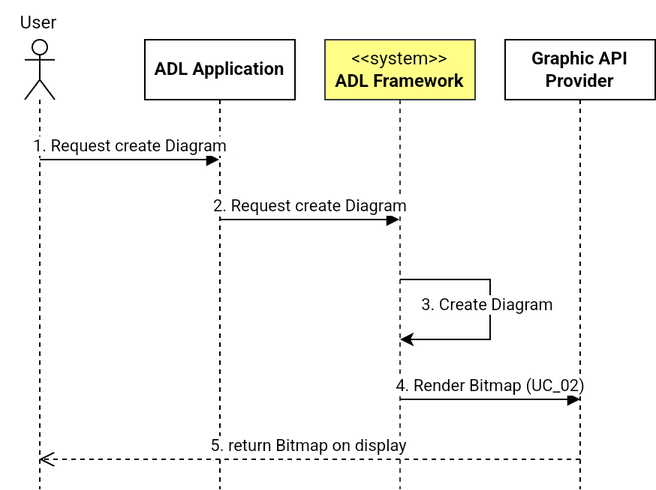
This is img/CreateDiagram.drawio.png from phunm211/SW-Associate-Architecture, a draw.io export, as it was before one commit. Source tidied: cells renumbered, new cells last; positions are measured from the earlier drawing's top-left corner, leaving out a move shared by most shapes. The source it was exported from:
```xml
<mxGraphModel>
  <root>
    <mxCell id="0" />
    <mxCell id="1" parent="0" />
    <mxCell id="2" style="shape=umlLifeline;perimeter=lifelinePerimeter;whiteSpace=wrap;html=1;newEdgeStyle={&quot;curved&quot;:0,&quot;rounded&quot;:0};participant=umlActor;" parent="1" vertex="1">
      <mxGeometry x="16" y="26" width="20" height="300" as="geometry" />
    </mxCell>
    <mxCell id="3" value="ADL Application" style="shape=umlLifeline;perimeter=lifelinePerimeter;whiteSpace=wrap;html=1;outlineConnect=0;portConstraint=eastwest;newEdgeStyle={&quot;curved&quot;:0,&quot;rounded&quot;:0};fontStyle=1;" parent="1" vertex="1">
      <mxGeometry x="96" y="26" width="100" height="300" as="geometry" />
    </mxCell>
    <mxCell id="4" value="&amp;lt;&amp;lt;system&amp;gt;&amp;gt;&lt;br&gt;&lt;b&gt;ADL Framework&lt;/b&gt;" style="shape=umlLifeline;perimeter=lifelinePerimeter;whiteSpace=wrap;html=1;outlineConnect=0;portConstraint=eastwest;newEdgeStyle={&quot;curved&quot;:0,&quot;rounded&quot;:0};fillColor=#ffff88;strokeColor=#36393d;" parent="1" vertex="1">
      <mxGeometry x="216" y="26" width="100" height="300" as="geometry" />
    </mxCell>
    <mxCell id="5" value="&lt;b&gt;Graphic API Provider&lt;/b&gt;" style="shape=umlLifeline;perimeter=lifelinePerimeter;whiteSpace=wrap;html=1;newEdgeStyle={&quot;curved&quot;:0,&quot;rounded&quot;:0};" parent="1" vertex="1">
      <mxGeometry x="336" y="26" width="100" height="300" as="geometry" />
    </mxCell>
    <mxCell id="6" value="User" style="text;html=1;align=center;verticalAlign=middle;strokeColor=none;fillColor=none;" parent="1" vertex="1">
      <mxGeometry width="50" height="30" as="geometry" />
    </mxCell>
    <mxCell id="7" value="1. Request create Diagram" style="html=1;verticalAlign=bottom;endArrow=block;curved=0;rounded=0;" parent="1" edge="1" target="3">
      <mxGeometry relative="1" as="geometry">
        <mxPoint x="26" y="106" as="sourcePoint" />
      </mxGeometry>
    </mxCell>
    <mxCell id="8" value="2. Request create Diagram" style="html=1;verticalAlign=bottom;endArrow=block;curved=0;rounded=0;" parent="1" edge="1" target="4">
      <mxGeometry relative="1" as="geometry">
        <mxPoint x="146" y="146" as="sourcePoint" />
      </mxGeometry>
    </mxCell>
    <mxCell id="9" value="4. Render Bitmap (UC_02)" style="html=1;verticalAlign=bottom;endArrow=block;curved=0;rounded=0;" parent="1" edge="1">
      <mxGeometry relative="1" as="geometry">
        <mxPoint x="266" y="266" as="sourcePoint" />
        <mxPoint x="386" y="266" as="targetPoint" />
      </mxGeometry>
    </mxCell>
    <mxCell id="10" value="5. return Bitmap on display" style="html=1;verticalAlign=bottom;endArrow=open;dashed=1;endSize=8;curved=0;rounded=0;" parent="1" edge="1">
      <mxGeometry relative="1" as="geometry">
        <mxPoint x="386" y="306" as="sourcePoint" />
        <mxPoint x="25.5" y="306" as="targetPoint" />
      </mxGeometry>
    </mxCell>
    <mxCell id="11" style="endArrow=classic;html=1;rounded=0;edgeStyle=elbowEdgeStyle;" parent="1" edge="1">
      <mxGeometry relative="1" as="geometry">
        <mxPoint x="266" y="186" as="sourcePoint" />
        <mxPoint x="266" y="226" as="targetPoint" />
        <Array as="points">
          <mxPoint x="326" y="226" />
        </Array>
      </mxGeometry>
    </mxCell>
    <mxCell id="12" value="3. Create Diagram" style="edgeLabel;html=1;align=center;verticalAlign=middle;" parent="11" vertex="1">
      <mxGeometry x="-0.04" y="-2" relative="1" as="geometry" />
    </mxCell>
  </root>
</mxGraphModel>
```
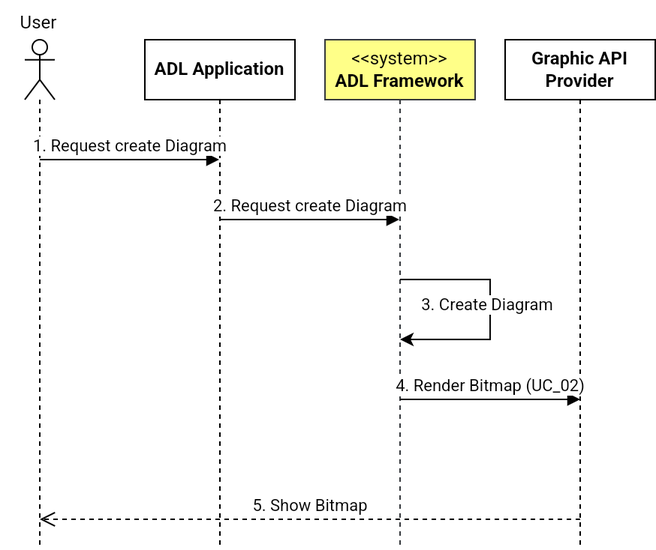
The same diagram one commit later.

Change to the diagram source:
```diff
@@ -3,16 +3,16 @@
     <mxCell id="0" />
     <mxCell id="1" parent="0" />
     <mxCell id="2" style="shape=umlLifeline;perimeter=lifelinePerimeter;whiteSpace=wrap;html=1;newEdgeStyle={&quot;curved&quot;:0,&quot;rounded&quot;:0};participant=umlActor;" parent="1" vertex="1">
-      <mxGeometry x="16" y="26" width="20" height="300" as="geometry" />
+      <mxGeometry x="16" y="26" width="20" height="340" as="geometry" />
     </mxCell>
     <mxCell id="3" value="ADL Application" style="shape=umlLifeline;perimeter=lifelinePerimeter;whiteSpace=wrap;html=1;outlineConnect=0;portConstraint=eastwest;newEdgeStyle={&quot;curved&quot;:0,&quot;rounded&quot;:0};fontStyle=1;" parent="1" vertex="1">
-      <mxGeometry x="96" y="26" width="100" height="300" as="geometry" />
+      <mxGeometry x="96" y="26" width="100" height="340" as="geometry" />
     </mxCell>
     <mxCell id="4" value="&amp;lt;&amp;lt;system&amp;gt;&amp;gt;&lt;br&gt;&lt;b&gt;ADL Framework&lt;/b&gt;" style="shape=umlLifeline;perimeter=lifelinePerimeter;whiteSpace=wrap;html=1;outlineConnect=0;portConstraint=eastwest;newEdgeStyle={&quot;curved&quot;:0,&quot;rounded&quot;:0};fillColor=#ffff88;strokeColor=#36393d;" parent="1" vertex="1">
-      <mxGeometry x="216" y="26" width="100" height="300" as="geometry" />
+      <mxGeometry x="216" y="26" width="100" height="340" as="geometry" />
     </mxCell>
     <mxCell id="5" value="&lt;b&gt;Graphic API Provider&lt;/b&gt;" style="shape=umlLifeline;perimeter=lifelinePerimeter;whiteSpace=wrap;html=1;newEdgeStyle={&quot;curved&quot;:0,&quot;rounded&quot;:0};" parent="1" vertex="1">
-      <mxGeometry x="336" y="26" width="100" height="300" as="geometry" />
+      <mxGeometry x="336" y="26" width="100" height="340" as="geometry" />
     </mxCell>
     <mxCell id="6" value="User" style="text;html=1;align=center;verticalAlign=middle;strokeColor=none;fillColor=none;" parent="1" vertex="1">
       <mxGeometry width="50" height="30" as="geometry" />
@@ -33,10 +33,10 @@
         <mxPoint x="386" y="266" as="targetPoint" />
       </mxGeometry>
     </mxCell>
-    <mxCell id="10" value="5. return Bitmap on display" style="html=1;verticalAlign=bottom;endArrow=open;dashed=1;endSize=8;curved=0;rounded=0;" parent="1" edge="1">
+    <mxCell id="10" value="5. Show Bitmap" style="html=1;verticalAlign=bottom;endArrow=open;dashed=1;endSize=8;curved=0;rounded=0;" parent="1" edge="1">
       <mxGeometry relative="1" as="geometry">
-        <mxPoint x="386" y="306" as="sourcePoint" />
-        <mxPoint x="25.5" y="306" as="targetPoint" />
+        <mxPoint x="386" y="346" as="sourcePoint" />
+        <mxPoint x="26" y="346" as="targetPoint" />
       </mxGeometry>
     </mxCell>
     <mxCell id="11" style="endArrow=classic;html=1;rounded=0;edgeStyle=elbowEdgeStyle;" parent="1" edge="1">
```
